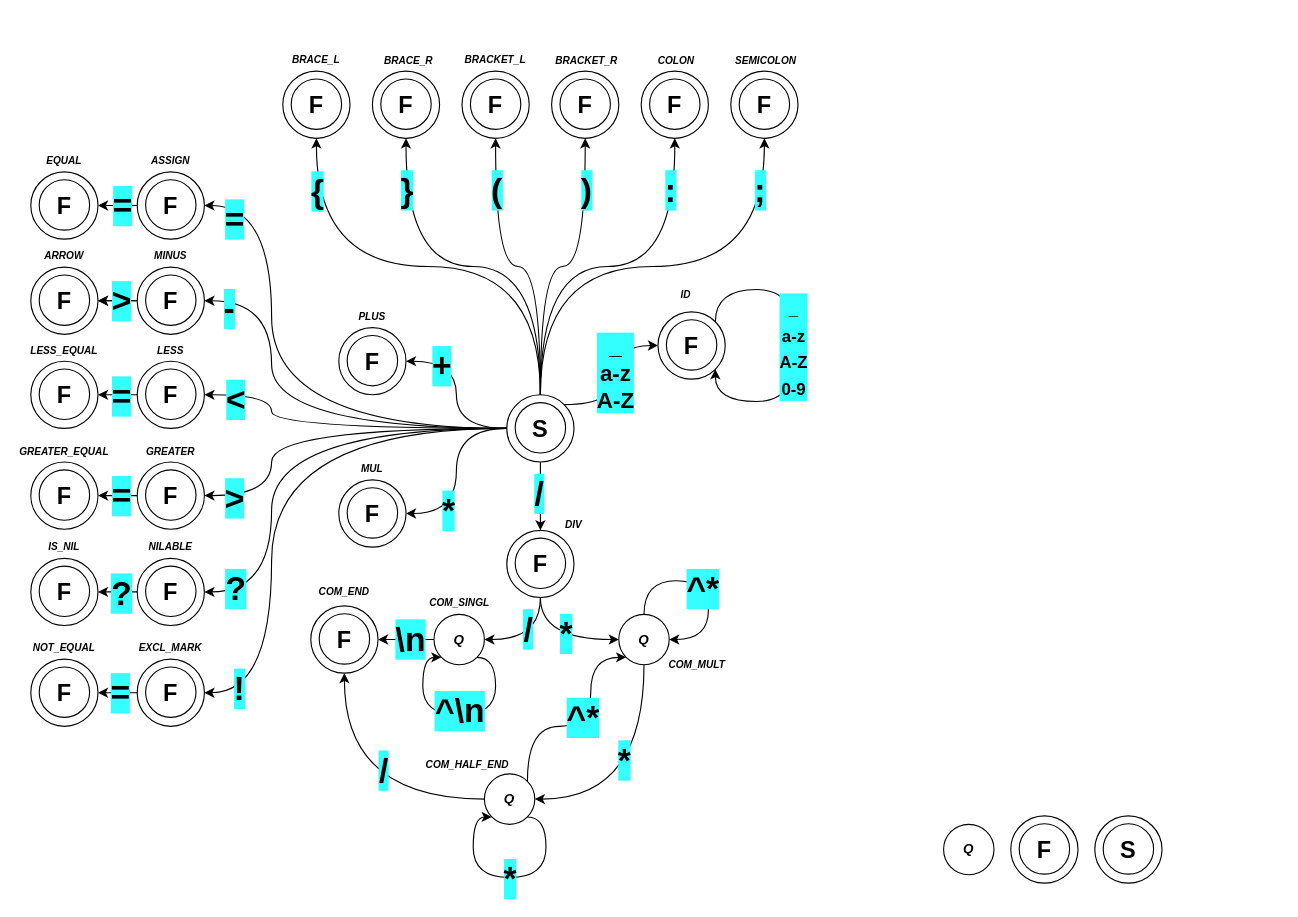
Earlier version of the draw.io diagram lexer.drawio (xshche05/IFJ-2023-project-compiler). Source tidied: cells renumbered, new cells numbered last; positions are measured from the earlier drawing's top-left corner, leaving out a move shared by most shapes. Both pictures are drawn from the tidied source at 112%, with x=0, y=0 at pixel (30, 43).
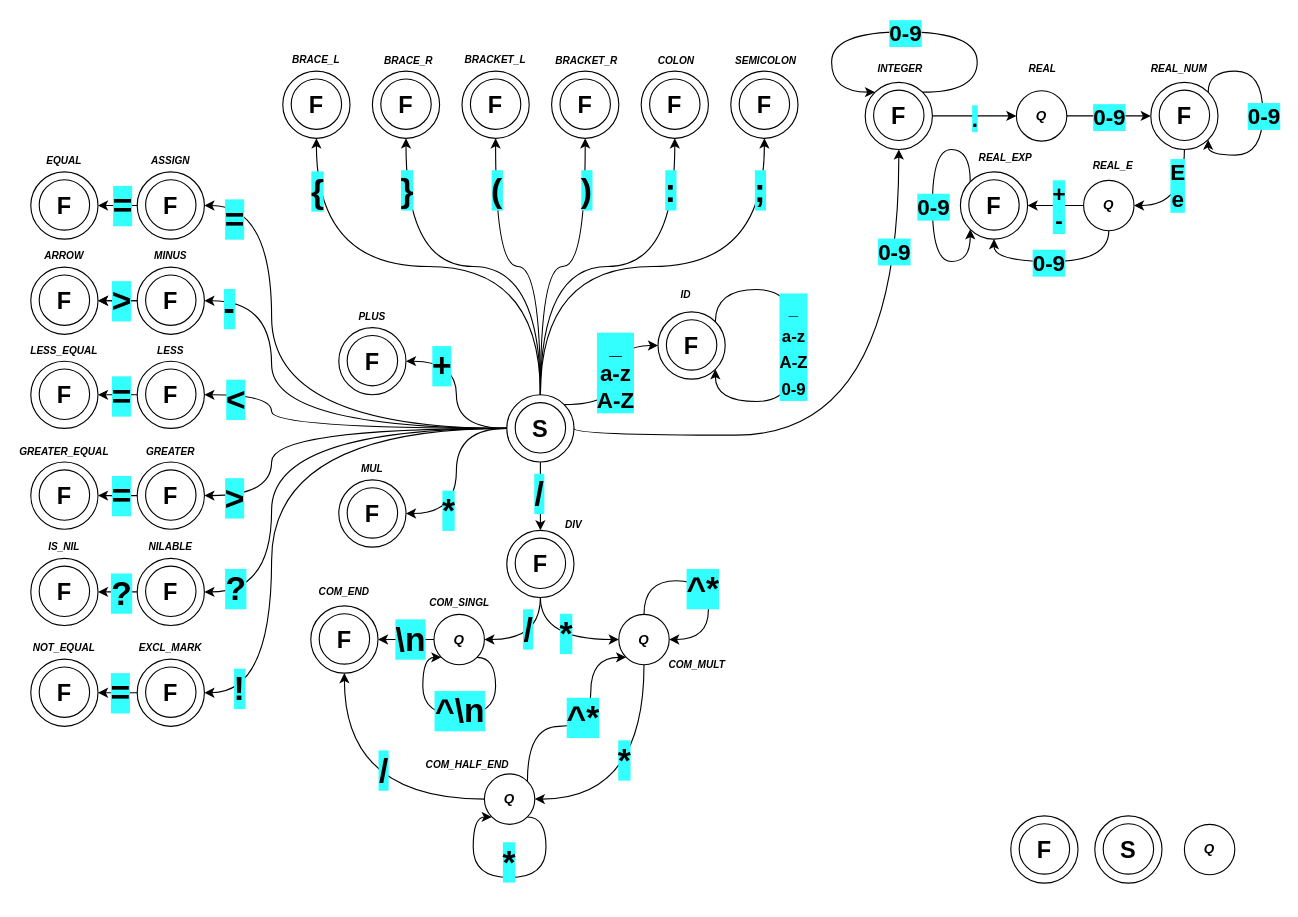
The same page after the edit.

The change refers to these unchanged cells:
```xml
<mxCell id="3" style="ellipse;whiteSpace=wrap;html=1;" parent="2" vertex="1">
  <mxGeometry width="60" height="60" as="geometry" />
</mxCell>
<mxCell id="186" style="edgeStyle=orthogonalEdgeStyle;orthogonalLoop=1;jettySize=auto;html=1;exitX=1;exitY=1;exitDx=0;exitDy=0;entryX=0;entryY=1;entryDx=0;entryDy=0;curved=1;" parent="1" edge="1" source="185" target="185">
  <mxGeometry relative="1" as="geometry">
    <Array as="points">
      <mxPoint x="460" y="691" />
      <mxPoint x="460" y="745" />
      <mxPoint x="395" y="745" />
      <mxPoint x="395" y="691" />
    </Array>
  </mxGeometry>
</mxCell>
```

The edit, as a diff of the source:
```diff
@@
+    <mxCell id="201" style="edgeStyle=orthogonalEdgeStyle;rounded=0;jettySize=auto;html=1;exitX=1;exitY=0.5;exitDx=0;exitDy=0;entryX=0;entryY=0.5;entryDx=0;entryDy=0;" parent="1" edge="1" source="10" target="220">
+      <mxGeometry relative="1" as="geometry" />
+    </mxCell>
+    <mxCell id="202" value="0-9" style="edgeLabel;html=1;align=center;verticalAlign=middle;fontSize=20;fontStyle=1;labelBackgroundColor=#33FFFF;" parent="201" vertex="1">
+      <mxGeometry x="-0.01" relative="1" as="geometry" />
+    </mxCell>
     <mxCell id="10" value="&lt;b&gt;&lt;i&gt;Q&lt;/i&gt;&lt;/b&gt;" style="ellipse;whiteSpace=wrap;html=1;" parent="1" vertex="1">
-      <mxGeometry x="815" y="697.5" width="45" height="45" as="geometry" />
+      <mxGeometry x="880" y="42.5" width="45" height="45" as="geometry" />
     </mxCell>
@@
     <mxCell id="187" value="*" style="edgeLabel;html=1;align=center;verticalAlign=middle;fontSize=30;labelBackgroundColor=#33FFFF;fontStyle=1;" parent="186" vertex="1">
-      <mxGeometry relative="1" as="geometry" />
+      <mxGeometry relative="1" as="geometry">
+        <mxPoint x="-1" y="-15" as="offset" />
+      </mxGeometry>
     </mxCell>
@@
+    <mxCell id="203" style="group;" parent="1" vertex="1">
+      <mxGeometry x="745" y="35" width="60" height="60" as="geometry" />
+    </mxCell>
+    <mxCell id="204" style="ellipse;whiteSpace=wrap;html=1;" parent="203" vertex="1">
+      <mxGeometry width="60" height="60" as="geometry" />
+    </mxCell>
+    <mxCell id="205" style="ellipse;whiteSpace=wrap;html=1;" parent="203" vertex="1">
+      <mxGeometry x="7.5" y="7" width="45" height="45" as="geometry" />
+    </mxCell>
+    <mxCell id="206" value="&lt;span style=&quot;font-size: 21px;&quot;&gt;&lt;b&gt;F&lt;/b&gt;&lt;/span&gt;" style="text;html=1;strokeColor=none;fillColor=none;align=center;verticalAlign=middle;whiteSpace=wrap;rounded=0;" parent="203" vertex="1">
+      <mxGeometry y="15" width="60" height="30" as="geometry" />
+    </mxCell>
+    <mxCell id="207" style="edgeStyle=orthogonalEdgeStyle;orthogonalLoop=1;jettySize=auto;html=1;exitX=1;exitY=0;exitDx=0;exitDy=0;entryX=0;entryY=0;entryDx=0;entryDy=0;curved=1;" parent="203" edge="1" source="204" target="204">
+      <mxGeometry relative="1" as="geometry">
+        <Array as="points">
+          <mxPoint x="100" y="9" />
+          <mxPoint x="100" y="-45" />
+          <mxPoint x="-30" y="-45" />
+          <mxPoint x="-30" y="9" />
+        </Array>
+      </mxGeometry>
+    </mxCell>
+    <mxCell id="208" value="&lt;font style=&quot;font-size: 20px;&quot;&gt;0-9&lt;/font&gt;" style="edgeLabel;html=1;align=center;verticalAlign=middle;fontSize=20;fontStyle=1;labelBackgroundColor=#33FFFF;" parent="207" vertex="1">
+      <mxGeometry x="0.04" y="1" relative="1" as="geometry">
+        <mxPoint x="2" y="-1" as="offset" />
+      </mxGeometry>
+    </mxCell>
+    <mxCell id="209" style="edgeStyle=orthogonalEdgeStyle;jettySize=auto;html=1;exitX=1;exitY=0.5;exitDx=0;exitDy=0;entryX=0.5;entryY=1;entryDx=0;entryDy=0;curved=1;" parent="1" edge="1" source="3" target="203">
+      <mxGeometry relative="1" as="geometry">
+        <Array as="points">
+          <mxPoint x="485" y="350" />
+          <mxPoint x="775" y="350" />
+        </Array>
+      </mxGeometry>
+    </mxCell>
+    <mxCell id="210" value="0-9" style="edgeLabel;html=1;align=center;verticalAlign=middle;fontSize=20;labelBackgroundColor=#33FFFF;fontStyle=1;" parent="209" vertex="1">
+      <mxGeometry x="-0.07" y="27" relative="1" as="geometry">
+        <mxPoint x="35" y="-138" as="offset" />
+      </mxGeometry>
+    </mxCell>
+    <mxCell id="211" value="INTEGER" style="text;html=1;align=center;verticalAlign=middle;strokeColor=none;fillColor=none;fontSize=9;fontStyle=3;" parent="1" vertex="1">
+      <mxGeometry x="745.5" y="10" width="60" height="25" as="geometry" />
+    </mxCell>
+    <mxCell id="212" style="edgeStyle=orthogonalEdgeStyle;rounded=0;jettySize=auto;html=1;exitX=1;exitY=0.5;exitDx=0;exitDy=0;entryX=0;entryY=0.5;entryDx=0;entryDy=0;" parent="1" edge="1" source="206" target="10">
+      <mxGeometry relative="1" as="geometry" />
+    </mxCell>
+    <mxCell id="213" value="." style="edgeLabel;html=1;align=center;verticalAlign=middle;fontStyle=1;fontSize=20;labelBackgroundColor=#33FFFF;" parent="212" vertex="1">
+      <mxGeometry x="-0.01" y="-1" relative="1" as="geometry" />
+    </mxCell>
+    <mxCell id="214" value="&lt;b&gt;&lt;i&gt;Q&lt;/i&gt;&lt;/b&gt;" style="ellipse;whiteSpace=wrap;html=1;" parent="1" vertex="1">
+      <mxGeometry x="1030" y="697.5" width="45" height="45" as="geometry" />
+    </mxCell>
+    <mxCell id="215" style="edgeStyle=orthogonalEdgeStyle;jettySize=auto;html=1;exitX=0.5;exitY=1;exitDx=0;exitDy=0;entryX=1;entryY=0.5;entryDx=0;entryDy=0;curved=1;" parent="1" edge="1" source="217" target="227">
+      <mxGeometry relative="1" as="geometry" />
+    </mxCell>
+    <mxCell id="216" value="E&lt;br style=&quot;font-size: 20px;&quot;&gt;e" style="edgeLabel;html=1;align=center;verticalAlign=middle;fontSize=20;fontStyle=1;labelBackgroundColor=#33FFFF;" parent="215" vertex="1">
+      <mxGeometry x="-0.34" y="-7" relative="1" as="geometry" />
+    </mxCell>
+    <mxCell id="217" style="group;" parent="1" vertex="1">
+      <mxGeometry x="1000" y="35" width="60" height="60" as="geometry" />
+    </mxCell>
+    <mxCell id="218" style="ellipse;whiteSpace=wrap;html=1;" parent="217" vertex="1">
+      <mxGeometry width="60" height="60" as="geometry" />
+    </mxCell>
+    <mxCell id="219" style="ellipse;whiteSpace=wrap;html=1;" parent="217" vertex="1">
+      <mxGeometry x="7.5" y="7" width="45" height="45" as="geometry" />
+    </mxCell>
+    <mxCell id="220" value="&lt;span style=&quot;font-size: 21px;&quot;&gt;&lt;b&gt;F&lt;/b&gt;&lt;/span&gt;" style="text;html=1;strokeColor=none;fillColor=none;align=center;verticalAlign=middle;whiteSpace=wrap;rounded=0;" parent="217" vertex="1">
+      <mxGeometry y="15" width="60" height="30" as="geometry" />
+    </mxCell>
+    <mxCell id="221" style="edgeStyle=orthogonalEdgeStyle;orthogonalLoop=1;jettySize=auto;html=1;exitX=1;exitY=0;exitDx=0;exitDy=0;entryX=1;entryY=1;entryDx=0;entryDy=0;curved=1;" parent="217" edge="1" source="218" target="218">
+      <mxGeometry relative="1" as="geometry">
+        <Array as="points">
+          <mxPoint x="51" y="-10" />
+          <mxPoint x="100" y="-10" />
+          <mxPoint x="100" y="65" />
+          <mxPoint x="51" y="65" />
+        </Array>
+      </mxGeometry>
+    </mxCell>
+    <mxCell id="222" value="0-9" style="edgeLabel;html=1;align=center;verticalAlign=middle;fontSize=20;fontStyle=1;labelBackgroundColor=#33FFFF;" parent="221" vertex="1">
+      <mxGeometry x="0.07" relative="1" as="geometry">
+        <mxPoint y="-3" as="offset" />
+      </mxGeometry>
+    </mxCell>
+    <mxCell id="223" style="edgeStyle=orthogonalEdgeStyle;rounded=0;jettySize=auto;html=1;exitX=0;exitY=0.5;exitDx=0;exitDy=0;" parent="1" edge="1" source="227" target="231">
+      <mxGeometry relative="1" as="geometry" />
+    </mxCell>
+    <mxCell id="224" value="+&lt;br style=&quot;font-size: 20px;&quot;&gt;-" style="edgeLabel;html=1;align=center;verticalAlign=middle;fontSize=20;fontStyle=1;labelBackgroundColor=#33FFFF;" parent="223" vertex="1">
+      <mxGeometry x="-0.07" relative="1" as="geometry" />
+    </mxCell>
+    <mxCell id="225" style="edgeStyle=orthogonalEdgeStyle;jettySize=auto;html=1;exitX=0.5;exitY=1;exitDx=0;exitDy=0;entryX=0.5;entryY=1;entryDx=0;entryDy=0;curved=1;" parent="1" edge="1" source="227" target="228">
+      <mxGeometry relative="1" as="geometry" />
+    </mxCell>
+    <mxCell id="226" value="0-9" style="edgeLabel;html=1;align=center;verticalAlign=middle;fontSize=20;fontStyle=1;labelBackgroundColor=#33FFFF;" parent="225" vertex="1">
+      <mxGeometry x="0.09" relative="1" as="geometry" />
+    </mxCell>
+    <mxCell id="227" value="&lt;b&gt;&lt;i&gt;Q&lt;/i&gt;&lt;/b&gt;" style="ellipse;whiteSpace=wrap;html=1;" parent="1" vertex="1">
+      <mxGeometry x="940" y="122.5" width="45" height="45" as="geometry" />
+    </mxCell>
+    <mxCell id="228" style="group;" parent="1" vertex="1">
+      <mxGeometry x="830" y="115" width="60" height="60" as="geometry" />
+    </mxCell>
+    <mxCell id="229" style="ellipse;whiteSpace=wrap;html=1;" parent="228" vertex="1">
+      <mxGeometry width="60" height="60" as="geometry" />
+    </mxCell>
+    <mxCell id="230" style="ellipse;whiteSpace=wrap;html=1;" parent="228" vertex="1">
+      <mxGeometry x="7.5" y="7" width="45" height="45" as="geometry" />
+    </mxCell>
+    <mxCell id="231" value="&lt;span style=&quot;font-size: 21px;&quot;&gt;&lt;b&gt;F&lt;/b&gt;&lt;/span&gt;" style="text;html=1;strokeColor=none;fillColor=none;align=center;verticalAlign=middle;whiteSpace=wrap;rounded=0;" parent="228" vertex="1">
+      <mxGeometry y="15" width="60" height="30" as="geometry" />
+    </mxCell>
+    <mxCell id="232" style="edgeStyle=orthogonalEdgeStyle;orthogonalLoop=1;jettySize=auto;html=1;exitX=0;exitY=0;exitDx=0;exitDy=0;entryX=0;entryY=1;entryDx=0;entryDy=0;curved=1;" parent="228" edge="1" source="229" target="229">
+      <mxGeometry relative="1" as="geometry">
+        <Array as="points">
+          <mxPoint x="9" y="-20" />
+          <mxPoint x="-25" y="-20" />
+          <mxPoint x="-25" y="80" />
+          <mxPoint x="9" y="80" />
+        </Array>
+      </mxGeometry>
+    </mxCell>
+    <mxCell id="233" value="0-9" style="edgeLabel;html=1;align=center;verticalAlign=middle;fontSize=20;fontStyle=1;labelBackgroundColor=#33FFFF;" parent="232" vertex="1">
+      <mxGeometry relative="1" as="geometry" />
+    </mxCell>
+    <mxCell id="234" value="REAL" style="text;html=1;align=center;verticalAlign=middle;strokeColor=none;fillColor=none;fontSize=9;fontStyle=3;" parent="1" vertex="1">
+      <mxGeometry x="880.5" y="10" width="45" height="25" as="geometry" />
+    </mxCell>
+    <mxCell id="235" value="REAL_NUM" style="text;html=1;align=center;verticalAlign=middle;strokeColor=none;fillColor=none;fontSize=9;fontStyle=3;" parent="1" vertex="1">
+      <mxGeometry x="990" y="10" width="70" height="25" as="geometry" />
+    </mxCell>
+    <mxCell id="236" value="REAL_E" style="text;html=1;align=center;verticalAlign=middle;strokeColor=none;fillColor=none;fontSize=9;fontStyle=3;" parent="1" vertex="1">
+      <mxGeometry x="938" y="97.5" width="55" height="25" as="geometry" />
+    </mxCell>
+    <mxCell id="237" value="REAL_EXP" style="text;html=1;align=center;verticalAlign=middle;strokeColor=none;fillColor=none;fontSize=9;fontStyle=3;" parent="1" vertex="1">
+      <mxGeometry x="835" y="90" width="70" height="25" as="geometry" />
+    </mxCell>
```
